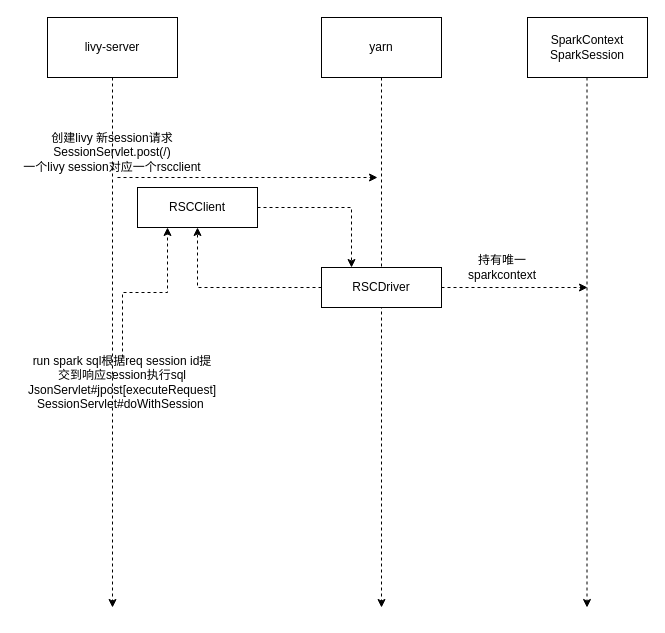
yuhuali1989/ui keeps this draw.io diagram as livy-design.drawio. Above is the earlier version. Source tidied: cells renumbered, new cells numbered last; positions are measured from the earlier drawing's top-left corner, leaving out a move shared by most shapes. Both pictures are drawn from the tidied source at 100%, with x=0, y=0 at pixel (17, 17).
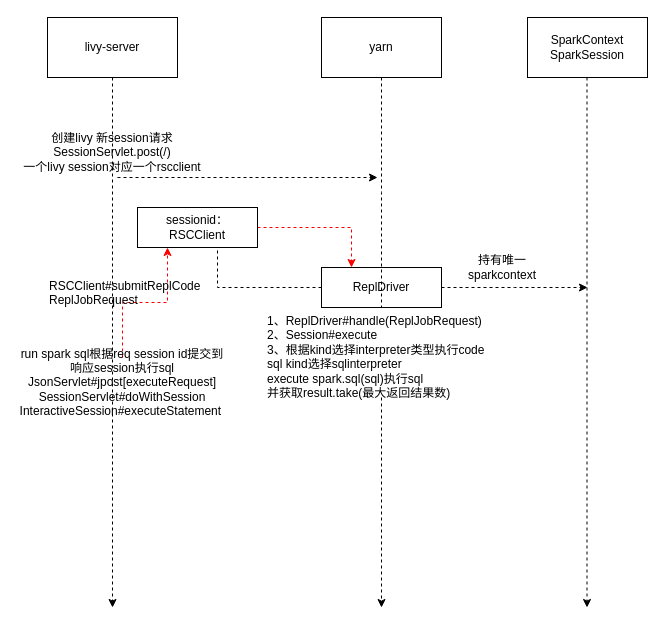
The same page after the edit.

Unchanged cells that the change refers to:
```xml
<mxCell id="5" value="yarn" style="rounded=0;whiteSpace=wrap;html=1;" parent="1" vertex="1">
  <mxGeometry x="304" width="120" height="60" as="geometry" />
</mxCell>
```

What changed in the source:
```diff
@@
-    <mxCell id="4" style="edgeStyle=orthogonalEdgeStyle;jettySize=auto;html=1;rounded=0;dashed=1;" parent="1" edge="1" source="5">
+    <mxCell id="4" style="edgeStyle=orthogonalEdgeStyle;jettySize=auto;html=1;rounded=0;dashed=1;startArrow=none;" parent="1" edge="1" source="19">
       <mxGeometry relative="1" as="geometry">
         <mxPoint x="364" y="590" as="targetPoint" />
       </mxGeometry>
     </mxCell>
@@
     <mxCell id="8" style="edgeStyle=orthogonalEdgeStyle;rounded=0;jettySize=auto;html=1;exitX=0;exitY=0.5;exitDx=0;exitDy=0;entryX=0.5;entryY=1;entryDx=0;entryDy=0;dashed=1;" parent="1" edge="1" source="10" target="12">
-      <mxGeometry relative="1" as="geometry" />
+      <mxGeometry relative="1" as="geometry">
+        <Array as="points">
+          <mxPoint x="200" y="270" />
+          <mxPoint x="200" y="210" />
+        </Array>
+      </mxGeometry>
     </mxCell>
@@
-    <mxCell id="10" value="RSCDriver" style="rounded=0;whiteSpace=wrap;html=1;strokeColor=#000000;" parent="1" vertex="1">
+    <mxCell id="10" value="ReplDriver" style="rounded=0;whiteSpace=wrap;html=1;strokeColor=#000000;" parent="1" vertex="1">
       <mxGeometry x="304" y="250" width="120" height="40" as="geometry" />
     </mxCell>
-    <mxCell id="11" style="edgeStyle=orthogonalEdgeStyle;rounded=0;jettySize=auto;html=1;entryX=0.25;entryY=0;entryDx=0;entryDy=0;dashed=1;" parent="1" edge="1" source="12" target="10">
+    <mxCell id="11" style="edgeStyle=orthogonalEdgeStyle;rounded=0;jettySize=auto;html=1;entryX=0.25;entryY=0;entryDx=0;entryDy=0;dashed=1;strokeColor=#FF0000;" parent="1" edge="1" source="12" target="10">
       <mxGeometry relative="1" as="geometry" />
     </mxCell>
-    <mxCell id="12" value="RSCClient" style="rounded=0;whiteSpace=wrap;html=1;strokeColor=#000000;" parent="1" vertex="1">
-      <mxGeometry x="120" y="170" width="120" height="40" as="geometry" />
+    <mxCell id="12" value="sessionid：RSCClient" style="rounded=0;whiteSpace=wrap;html=1;strokeColor=#000000;" parent="1" vertex="1">
+      <mxGeometry x="120" y="190" width="120" height="40" as="geometry" />
     </mxCell>
@@
-    <mxCell id="16" style="edgeStyle=orthogonalEdgeStyle;rounded=0;jettySize=auto;html=1;entryX=0.25;entryY=1;entryDx=0;entryDy=0;dashed=1;" parent="1" edge="1" source="17" target="12">
+    <mxCell id="16" style="edgeStyle=orthogonalEdgeStyle;rounded=0;jettySize=auto;html=1;entryX=0.25;entryY=1;entryDx=0;entryDy=0;dashed=1;strokeColor=#FF0000;" parent="1" edge="1" source="17" target="12">
       <mxGeometry relative="1" as="geometry" />
     </mxCell>
-    <mxCell id="17" value="run spark sql根据req session id提交到响应session执行sql&lt;br&gt;JsonServlet#jpost[executeRequest]&lt;br&gt;SessionServlet#doWithSession&amp;nbsp;" style="text;html=1;strokeColor=none;fillColor=none;align=center;verticalAlign=middle;whiteSpace=wrap;rounded=0;" parent="1" vertex="1">
+    <mxCell id="17" value="run spark sql根据req session id提交到响应session执行sql&lt;br&gt;JsonServlet#jpost[executeRequest]&lt;br&gt;SessionServlet#doWithSession&lt;br&gt;InteractiveSession#executeStatement&amp;nbsp;" style="text;html=1;strokeColor=none;fillColor=none;align=center;verticalAlign=middle;whiteSpace=wrap;rounded=0;" parent="1" vertex="1">
       <mxGeometry x="10" y="340" width="190" height="50" as="geometry" />
     </mxCell>
+    <mxCell id="18" value="RSCClient#submitReplCode&lt;br&gt;ReplJobRequest" style="text;whiteSpace=wrap;html=1;" parent="1" vertex="1">
+      <mxGeometry x="30" y="255" width="150" height="30" as="geometry" />
+    </mxCell>
+    <mxCell id="19" value="1、ReplDriver#handle(ReplJobRequest)&lt;br&gt;2、Session#execute&lt;br&gt;3、根据kind选择interpreter类型执行code&lt;br&gt;sql kind选择sqlinterpreter&amp;nbsp;&lt;br&gt;execute spark.sql(sql)执行sql&lt;br&gt;并获取result.take(最大返回结果数)" style="text;whiteSpace=wrap;html=1;" parent="1" vertex="1">
+      <mxGeometry x="248.2" y="290" width="231.5" height="90" as="geometry" />
+    </mxCell>
+    <mxCell id="20" style="edgeStyle=orthogonalEdgeStyle;jettySize=auto;html=1;rounded=0;dashed=1;endArrow=none;" parent="1" edge="1" source="5" target="19">
+      <mxGeometry relative="1" as="geometry" />
+    </mxCell>
```
